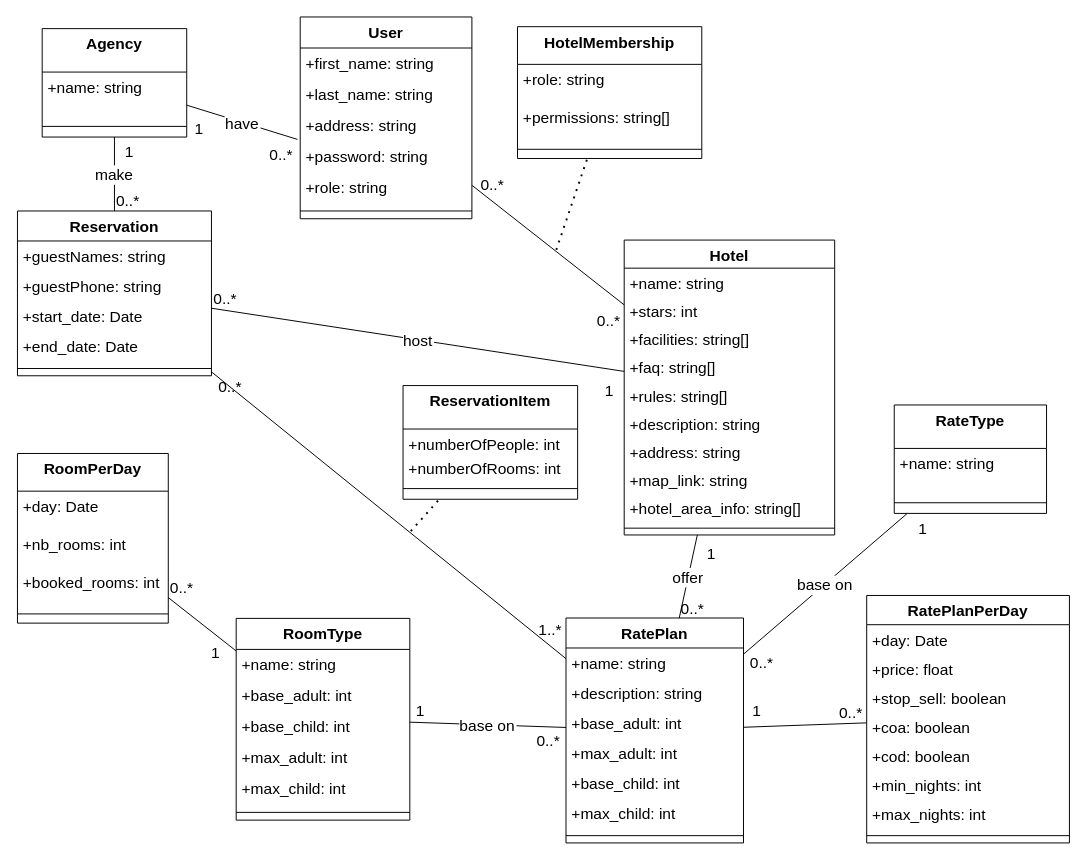
Before: page "back" (3 of 3) of class_diagram.drawio in jawharhmidi02/resrvy_diagrams, a draw.io diagram. Source tidied: cells renumbered, new cells numbered last; positions are measured from the earlier drawing's top-left corner, leaving out a move shared by most shapes. Both pictures are drawn from the tidied source at 97%, with x=0, y=0 at pixel (16, 16).
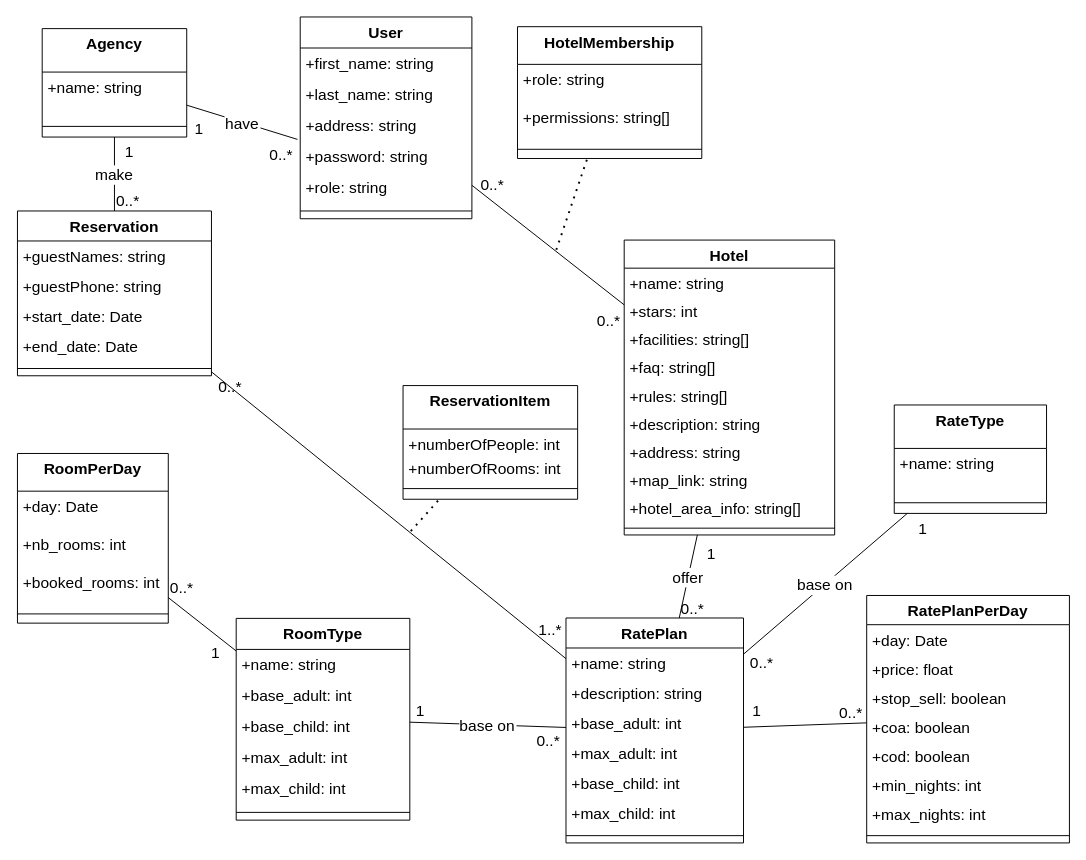
The same diagram, later.

Unchanged cells that the change refers to:
```xml
<mxCell id="12" value="Hotel" style="swimlane;fontStyle=1;align=center;verticalAlign=top;horizontal=1;startSize=28.952380952380953;fontSize=16;" parent="1" vertex="1">
  <mxGeometry x="626" y="230" width="217" height="304" as="geometry" />
</mxCell>
<mxCell id="27" value="Reservation" style="swimlane;fontStyle=1;align=center;verticalAlign=top;horizontal=1;startSize=30.933333333333334;fontSize=16;" parent="1" vertex="1">
  <mxGeometry x="0.5" y="200" width="200" height="169.9" as="geometry" />
</mxCell>
```

Change to the diagram source:
```diff
@@
-    <mxCell id="73" value="host" style="curved=0;startArrow=none;startSize=14;startFill=0;endArrow=none;rounded=0;jumpSize=54;jumpStyle=line;fontSize=16;" parent="1" edge="1" source="12" target="27">
-      <mxGeometry relative="1" as="geometry" />
-    </mxCell>
-    <mxCell id="74" value="0..*" style="edgeLabel;labelBackgroundColor=none;fontSize=16;align=left;verticalAlign=bottom;" parent="73" vertex="1">
-      <mxGeometry x="1" relative="1" as="geometry" />
-    </mxCell>
@@
-    <mxCell id="90" value="1" style="text;align=center;verticalAlign=middle;rounded=0;whiteSpace=wrap;fontSize=16;" parent="1" vertex="1">
-      <mxGeometry x="581" y="370" width="60" height="30" as="geometry" />
-    </mxCell>
```
